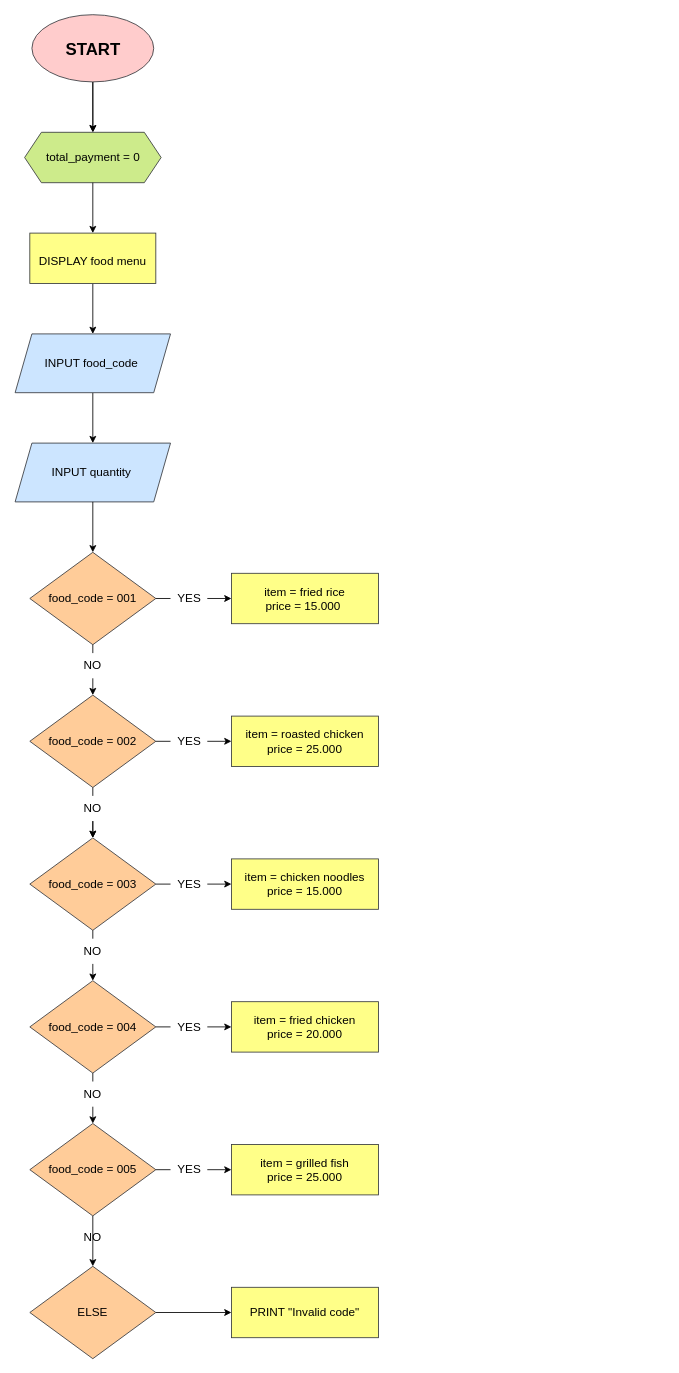
The draw.io diagram flowchart.drawio in karindaamelia/karinda_amelia-sistem_kasir, before the edit. Source tidied: cells renumbered, new cells numbered last; positions are measured from the earlier drawing's top-left corner, leaving out a move shared by most shapes. Both pictures are drawn from the tidied source at 84%, with x=0, y=0 at pixel (14, 14).
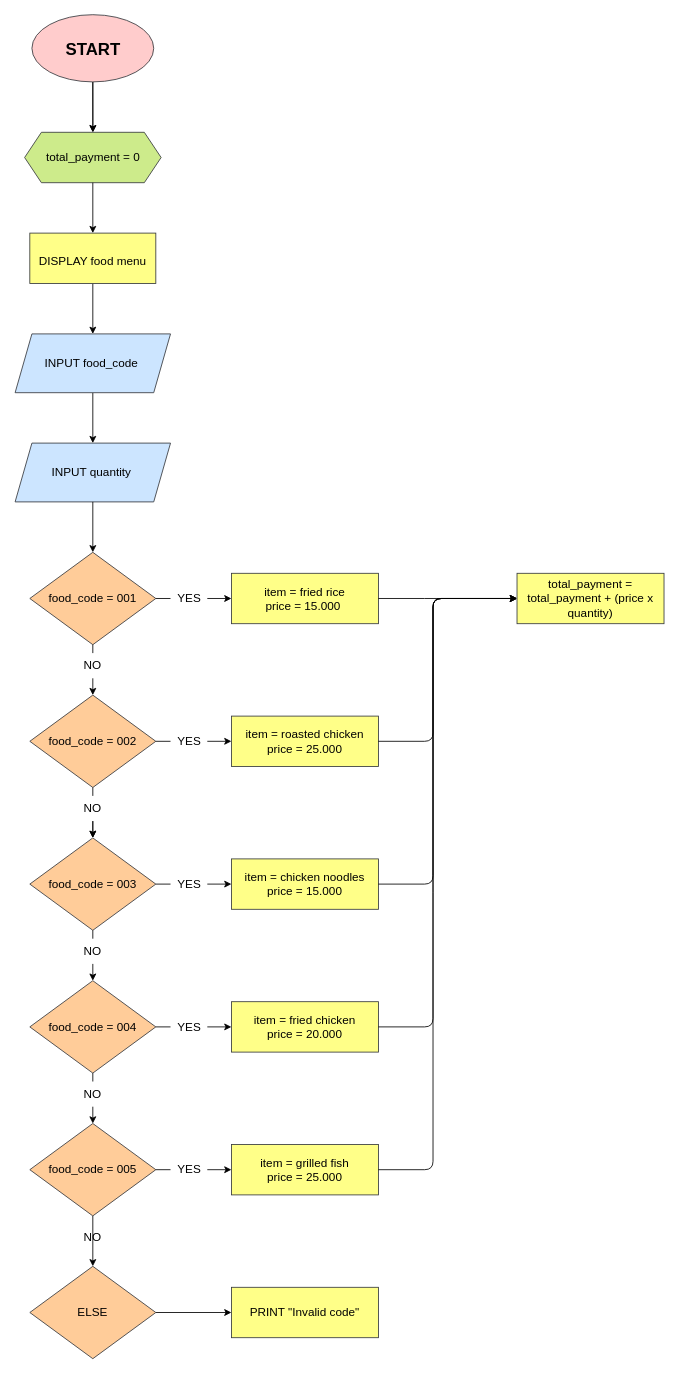
The same diagram, later.

Commit message:
Menghitung total payment

Change to the diagram source:
```diff
@@
+    <mxCell id="56" style="edgeStyle=none;html=1;entryX=0;entryY=0.5;entryDx=0;entryDy=0;fontSize=14;exitX=1;exitY=0.5;exitDx=0;exitDy=0;fontColor=#000000;strokeColor=#000000;" parent="1" edge="1">
+      <mxGeometry relative="1" as="geometry">
+        <mxPoint x="433" y="1375" as="sourcePoint" />
+        <mxPoint x="598" y="695" as="targetPoint" />
+        <Array as="points">
+          <mxPoint x="498" y="1375" />
+          <mxPoint x="498" y="1035" />
+          <mxPoint x="498" y="695" />
+        </Array>
+      </mxGeometry>
+    </mxCell>
+    <mxCell id="57" style="edgeStyle=none;html=1;entryX=0;entryY=0.5;entryDx=0;entryDy=0;fontSize=14;exitX=1;exitY=0.5;exitDx=0;exitDy=0;fontColor=#000000;strokeColor=#000000;" parent="1" edge="1">
+      <mxGeometry relative="1" as="geometry">
+        <mxPoint x="433" y="1205" as="sourcePoint" />
+        <mxPoint x="598" y="695" as="targetPoint" />
+        <Array as="points">
+          <mxPoint x="498" y="1205" />
+          <mxPoint x="498" y="695" />
+        </Array>
+      </mxGeometry>
+    </mxCell>
+    <mxCell id="58" style="edgeStyle=none;html=1;entryX=0;entryY=0.5;entryDx=0;entryDy=0;fontSize=14;exitX=1;exitY=0.5;exitDx=0;exitDy=0;fontColor=#000000;strokeColor=#000000;" parent="1" edge="1">
+      <mxGeometry relative="1" as="geometry">
+        <mxPoint x="433" y="1035" as="sourcePoint" />
+        <mxPoint x="598" y="695" as="targetPoint" />
+        <Array as="points">
+          <mxPoint x="498" y="1035" />
+          <mxPoint x="498" y="695" />
+        </Array>
+      </mxGeometry>
+    </mxCell>
+    <mxCell id="59" style="edgeStyle=none;html=1;entryX=0;entryY=0.5;entryDx=0;entryDy=0;fontSize=14;exitX=1;exitY=0.5;exitDx=0;exitDy=0;fontColor=#000000;strokeColor=#000000;" parent="1" edge="1">
+      <mxGeometry relative="1" as="geometry">
+        <mxPoint x="433" y="865" as="sourcePoint" />
+        <mxPoint x="598" y="695" as="targetPoint" />
+        <Array as="points">
+          <mxPoint x="498" y="865" />
+          <mxPoint x="498" y="695" />
+        </Array>
+      </mxGeometry>
+    </mxCell>
+    <mxCell id="60" style="edgeStyle=none;html=1;entryX=0;entryY=0.5;entryDx=0;entryDy=0;fontSize=14;exitX=1;exitY=0.5;exitDx=0;exitDy=0;fontColor=#000000;strokeColor=#000000;" parent="1" edge="1">
+      <mxGeometry relative="1" as="geometry">
+        <mxPoint x="433" y="695" as="sourcePoint" />
+        <mxPoint x="598" y="695" as="targetPoint" />
+        <Array as="points">
+          <mxPoint x="498" y="695" />
+        </Array>
+      </mxGeometry>
+    </mxCell>
+    <mxCell id="61" value="total_payment = total_payment + (price x quantity)" style="rounded=0;whiteSpace=wrap;html=1;fontSize=14;fillColor=#ffff88;strokeColor=#36393d;fontColor=#000000;" parent="1" vertex="1">
+      <mxGeometry x="598" y="665" width="175" height="60" as="geometry" />
+    </mxCell>
```
